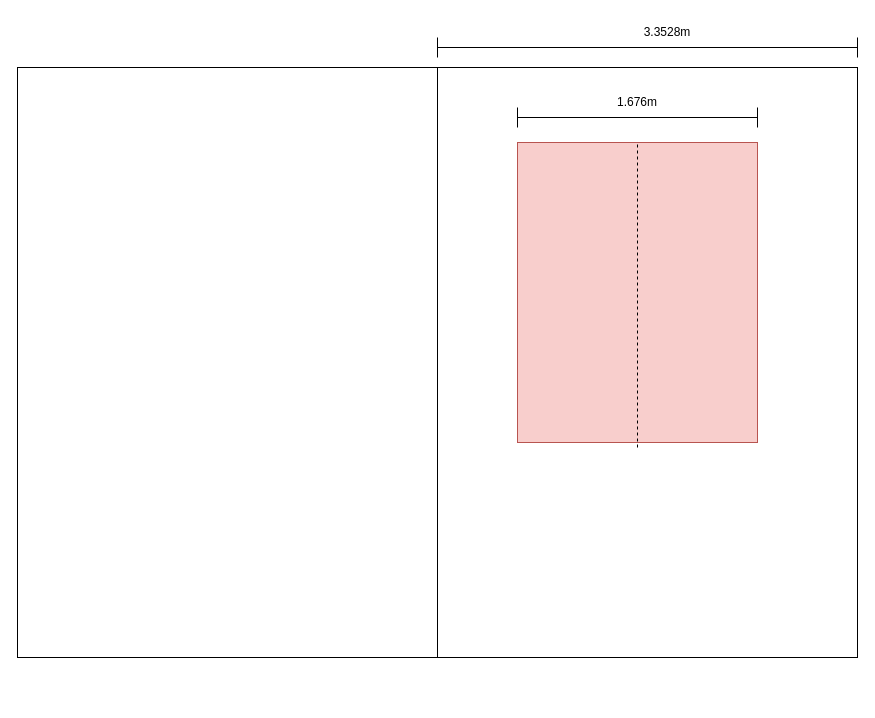
The draw.io diagram Car_diagram.drawio in geordi404/signal_processing_all_signals, before the edit. Source tidied: cells renumbered, new cells numbered last; positions are measured from the earlier drawing's top-left corner, leaving out a move shared by most shapes. Both pictures are drawn from the tidied source at 100%, with x=0, y=0 at pixel (17, 17).
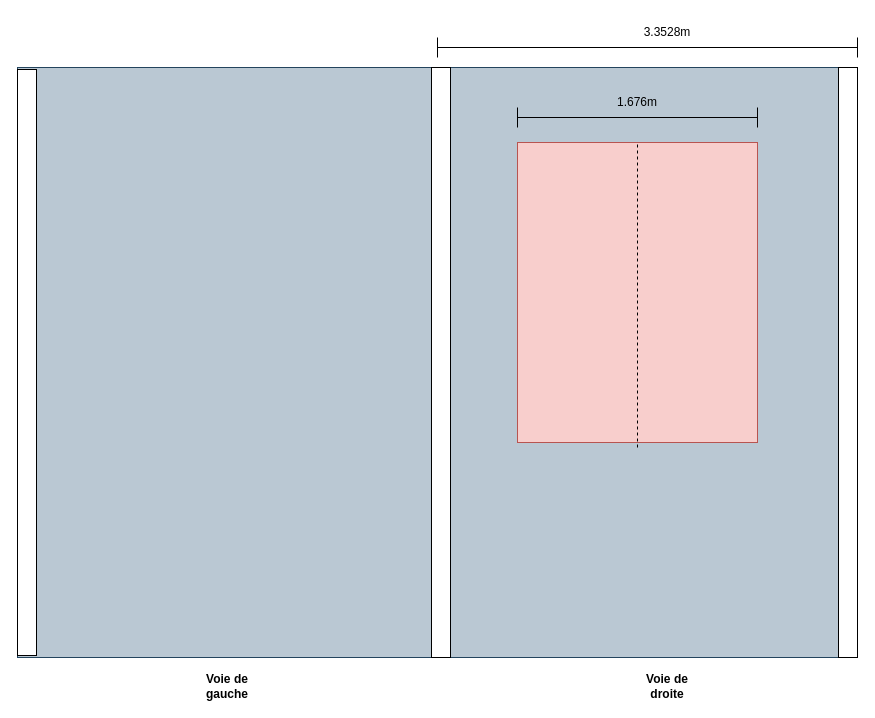
The same page after the edit.

The edit, as a diff of the source:
```diff
@@
 <mxGraphModel>
   <root>
     <mxCell id="0" />
     <mxCell id="1" parent="0" />
-    <mxCell id="2" style="rounded=0;whiteSpace=wrap;html=1;" parent="1" vertex="1">
+    <mxCell id="2" style="rounded=0;whiteSpace=wrap;html=1;fillColor=#bac8d3;strokeColor=#23445d;" parent="1" vertex="1">
       <mxGeometry x="420" y="50" width="420" height="590" as="geometry" />
     </mxCell>
     <mxCell id="3" style="shape=crossbar;whiteSpace=wrap;html=1;rounded=1;" parent="1" vertex="1">
       <mxGeometry x="420" y="20" width="420" height="20" as="geometry" />
     </mxCell>
     <mxCell id="4" value="3.3528m" style="text;html=1;align=center;verticalAlign=middle;whiteSpace=wrap;rounded=0;" parent="1" vertex="1">
       <mxGeometry x="620" width="60" height="30" as="geometry" />
     </mxCell>
     <mxCell id="5" style="rounded=0;whiteSpace=wrap;html=1;fillColor=#f8cecc;strokeColor=#b85450;" parent="1" vertex="1">
       <mxGeometry x="500" y="125" width="240" height="300" as="geometry" />
     </mxCell>
     <mxCell id="6" style="shape=crossbar;whiteSpace=wrap;html=1;rounded=1;" parent="1" vertex="1">
       <mxGeometry x="500" y="90" width="240" height="20" as="geometry" />
     </mxCell>
-    <mxCell id="7" style="rounded=0;whiteSpace=wrap;html=1;" parent="1" vertex="1">
+    <mxCell id="7" style="rounded=0;whiteSpace=wrap;html=1;fillColor=#bac8d3;strokeColor=#23445d;" parent="1" vertex="1">
       <mxGeometry y="50" width="420" height="590" as="geometry" />
     </mxCell>
     <mxCell id="8" value="1.676m" style="text;html=1;align=center;verticalAlign=middle;whiteSpace=wrap;rounded=0;" parent="1" vertex="1">
       <mxGeometry x="590" y="70" width="60" height="30" as="geometry" />
     </mxCell>
     <mxCell id="9" style="endArrow=none;dashed=1;html=1;rounded=0;entryX=0.5;entryY=0;entryDx=0;entryDy=0;" parent="1" edge="1" target="5">
       <mxGeometry relative="1" as="geometry">
         <mxPoint x="620" y="430" as="sourcePoint" />
       </mxGeometry>
     </mxCell>
+    <mxCell id="10" value="&lt;b&gt;Voie de gauche&lt;/b&gt;" style="text;html=1;align=center;verticalAlign=middle;whiteSpace=wrap;rounded=0;" parent="1" vertex="1">
+      <mxGeometry x="180" y="654" width="60" height="30" as="geometry" />
+    </mxCell>
+    <mxCell id="11" style="rounded=0;whiteSpace=wrap;html=1;" parent="1" vertex="1">
+      <mxGeometry y="52" width="19" height="586" as="geometry" />
+    </mxCell>
+    <mxCell id="12" style="rounded=0;whiteSpace=wrap;html=1;" parent="1" vertex="1">
+      <mxGeometry x="821" y="50" width="19" height="590" as="geometry" />
+    </mxCell>
+    <mxCell id="13" style="rounded=0;whiteSpace=wrap;html=1;" parent="1" vertex="1">
+      <mxGeometry x="414" y="50" width="19" height="590" as="geometry" />
+    </mxCell>
+    <mxCell id="14" value="&lt;b&gt;Voie de droite&lt;/b&gt;" style="text;html=1;align=center;verticalAlign=middle;whiteSpace=wrap;rounded=0;" parent="1" vertex="1">
+      <mxGeometry x="620" y="654" width="60" height="30" as="geometry" />
+    </mxCell>
   </root>
 </mxGraphModel>
```
